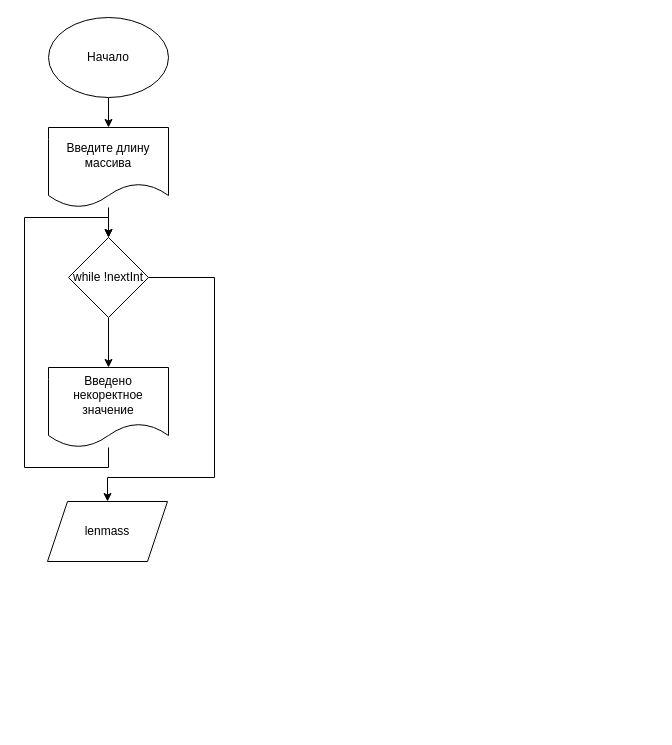
Before: Задание3.drawio in 00Unreal00/projectforprogramming, a draw.io diagram. Source tidied: cells renumbered, new cells numbered last; positions are measured from the earlier drawing's top-left corner, leaving out a move shared by most shapes. Both pictures are drawn from the tidied source at 100%, with x=0, y=0 at pixel (24, 17).
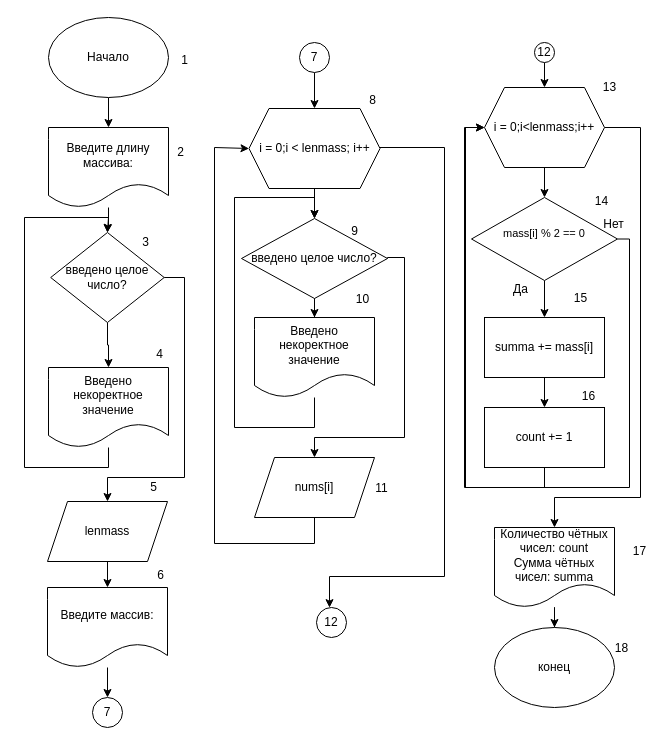
Above is the later version.

Unchanged cells that the change refers to:
```xml
<mxCell id="11" value="lenmass" style="shape=parallelogram;perimeter=parallelogramPerimeter;whiteSpace=wrap;html=1;fixedSize=1;" parent="1" vertex="1">
  <mxGeometry x="23" y="484" width="120" height="60" as="geometry" />
</mxCell>
```

Diff of the diagram source:
```diff
@@
     <mxCell id="5" style="edgeStyle=orthogonalEdgeStyle;rounded=0;jettySize=auto;html=1;" parent="1" edge="1" source="6" target="11">
       <mxGeometry relative="1" as="geometry">
         <Array as="points">
-          <mxPoint x="190" y="260" />
-          <mxPoint x="190" y="460" />
+          <mxPoint x="160" y="260" />
+          <mxPoint x="160" y="460" />
           <mxPoint x="83" y="460" />
         </Array>
       </mxGeometry>
     </mxCell>
-    <mxCell id="6" value="while !nextInt" style="rhombus;whiteSpace=wrap;html=1;" parent="1" vertex="1">
-      <mxGeometry x="44" y="220" width="80" height="80" as="geometry" />
+    <mxCell id="6" value="введено целое число?" style="rhombus;whiteSpace=wrap;html=1;" parent="1" vertex="1">
+      <mxGeometry x="26.2" y="215" width="113.5" height="90" as="geometry" />
     </mxCell>
@@
-    <mxCell id="10" value="Введите длину массива" style="shape=document;whiteSpace=wrap;html=1;boundedLbl=1;" parent="1" vertex="1">
+    <mxCell id="10" value="Введите длину массива:" style="shape=document;whiteSpace=wrap;html=1;boundedLbl=1;" parent="1" vertex="1">
       <mxGeometry x="24" y="110" width="120" height="80" as="geometry" />
     </mxCell>
+    <mxCell id="12" style="edgeStyle=orthogonalEdgeStyle;rounded=0;jettySize=auto;html=1;" parent="1" edge="1" source="11" target="15">
+      <mxGeometry relative="1" as="geometry" />
+    </mxCell>
@@
+    <mxCell id="13" value="nums[i]" style="shape=parallelogram;perimeter=parallelogramPerimeter;whiteSpace=wrap;html=1;fixedSize=1;" parent="1" vertex="1">
+      <mxGeometry x="230" y="440" width="120" height="60" as="geometry" />
+    </mxCell>
+    <mxCell id="14" style="edgeStyle=orthogonalEdgeStyle;rounded=0;jettySize=auto;html=1;" parent="1" edge="1" source="15" target="29">
+      <mxGeometry relative="1" as="geometry" />
+    </mxCell>
+    <mxCell id="15" value="Введите массив:" style="shape=document;whiteSpace=wrap;html=1;boundedLbl=1;" parent="1" vertex="1">
+      <mxGeometry x="23" y="570" width="120" height="80" as="geometry" />
+    </mxCell>
+    <mxCell id="16" style="edgeStyle=orthogonalEdgeStyle;rounded=0;jettySize=auto;html=1;" parent="1" edge="1" source="18" target="21">
+      <mxGeometry relative="1" as="geometry" />
+    </mxCell>
+    <mxCell id="17" style="edgeStyle=orthogonalEdgeStyle;rounded=0;jettySize=auto;html=1;" parent="1" edge="1" source="18" target="27">
+      <mxGeometry relative="1" as="geometry">
+        <Array as="points">
+          <mxPoint x="616" y="110" />
+          <mxPoint x="616" y="480" />
+          <mxPoint x="530" y="480" />
+        </Array>
+      </mxGeometry>
+    </mxCell>
+    <mxCell id="18" value="i = 0;i&amp;lt;lenmass;i++" style="shape=hexagon;perimeter=hexagonPerimeter2;whiteSpace=wrap;html=1;fixedSize=1;" parent="1" vertex="1">
+      <mxGeometry x="460" y="70" width="120" height="80" as="geometry" />
+    </mxCell>
+    <mxCell id="19" style="edgeStyle=orthogonalEdgeStyle;rounded=0;jettySize=auto;html=1;" parent="1" edge="1" source="21" target="23">
+      <mxGeometry relative="1" as="geometry" />
+    </mxCell>
+    <mxCell id="20" style="edgeStyle=orthogonalEdgeStyle;rounded=0;jettySize=auto;html=1;entryX=0;entryY=0.5;entryDx=0;entryDy=0;" parent="1" edge="1" source="21" target="18">
+      <mxGeometry relative="1" as="geometry">
+        <Array as="points">
+          <mxPoint x="605" y="222" />
+          <mxPoint x="605" y="470" />
+          <mxPoint x="441" y="470" />
+          <mxPoint x="441" y="110" />
+        </Array>
+      </mxGeometry>
+    </mxCell>
+    <mxCell id="21" value="&lt;font style=&quot;font-size: 11px;&quot;&gt;mass[i] % 2 == 0&lt;/font&gt;&lt;div style=&quot;font-size: 11px;&quot;&gt;&lt;br&gt;&lt;/div&gt;" style="rhombus;whiteSpace=wrap;html=1;" parent="1" vertex="1">
+      <mxGeometry x="447" y="180" width="146" height="83" as="geometry" />
+    </mxCell>
+    <mxCell id="22" style="edgeStyle=orthogonalEdgeStyle;rounded=0;jettySize=auto;html=1;" parent="1" edge="1" source="23" target="25">
+      <mxGeometry relative="1" as="geometry" />
+    </mxCell>
+    <mxCell id="23" value="summa += mass[i]" style="rounded=0;whiteSpace=wrap;html=1;" parent="1" vertex="1">
+      <mxGeometry x="460" y="300" width="120" height="60" as="geometry" />
+    </mxCell>
+    <mxCell id="24" style="edgeStyle=orthogonalEdgeStyle;rounded=0;jettySize=auto;html=1;entryX=0;entryY=0.5;entryDx=0;entryDy=0;" parent="1" edge="1" source="25" target="18">
+      <mxGeometry relative="1" as="geometry">
+        <Array as="points">
+          <mxPoint x="520" y="470" />
+          <mxPoint x="440" y="470" />
+          <mxPoint x="440" y="110" />
+        </Array>
+      </mxGeometry>
+    </mxCell>
+    <mxCell id="25" value="count += 1" style="rounded=0;whiteSpace=wrap;html=1;" parent="1" vertex="1">
+      <mxGeometry x="460" y="390" width="120" height="60" as="geometry" />
+    </mxCell>
+    <mxCell id="26" style="edgeStyle=orthogonalEdgeStyle;rounded=0;jettySize=auto;html=1;" parent="1" edge="1" source="27" target="28">
+      <mxGeometry relative="1" as="geometry" />
+    </mxCell>
+    <mxCell id="27" value="&lt;div&gt;Количество чётных чисел: count&lt;/div&gt;&lt;div&gt;Сумма чётных чисел: summa&lt;/div&gt;" style="shape=document;whiteSpace=wrap;html=1;boundedLbl=1;" parent="1" vertex="1">
+      <mxGeometry x="470" y="510" width="120" height="80" as="geometry" />
+    </mxCell>
+    <mxCell id="28" value="конец" style="ellipse;whiteSpace=wrap;html=1;" parent="1" vertex="1">
+      <mxGeometry x="470" y="610" width="120" height="80" as="geometry" />
+    </mxCell>
+    <mxCell id="29" value="7" style="ellipse;whiteSpace=wrap;html=1;" parent="1" vertex="1">
+      <mxGeometry x="68" y="680" width="30" height="30" as="geometry" />
+    </mxCell>
+    <mxCell id="30" style="edgeStyle=orthogonalEdgeStyle;rounded=0;jettySize=auto;html=1;" parent="1" edge="1" source="31" target="34">
+      <mxGeometry relative="1" as="geometry" />
+    </mxCell>
+    <mxCell id="31" value="7" style="ellipse;whiteSpace=wrap;html=1;" parent="1" vertex="1">
+      <mxGeometry x="275" y="25" width="30" height="30" as="geometry" />
+    </mxCell>
+    <mxCell id="32" style="edgeStyle=orthogonalEdgeStyle;rounded=0;jettySize=auto;html=1;" parent="1" edge="1" source="34" target="37">
+      <mxGeometry relative="1" as="geometry" />
+    </mxCell>
+    <mxCell id="33" style="edgeStyle=orthogonalEdgeStyle;rounded=0;jettySize=auto;html=1;" parent="1" edge="1" source="34" target="41">
+      <mxGeometry relative="1" as="geometry">
+        <Array as="points">
+          <mxPoint x="420" y="130" />
+          <mxPoint x="420" y="559" />
+          <mxPoint x="305" y="559" />
+        </Array>
+      </mxGeometry>
+    </mxCell>
+    <mxCell id="34" value="i = 0;i &amp;lt; lenmass; i++" style="shape=hexagon;perimeter=hexagonPerimeter2;whiteSpace=wrap;html=1;fixedSize=1;" parent="1" vertex="1">
+      <mxGeometry x="224.5" y="91" width="131" height="80" as="geometry" />
+    </mxCell>
+    <mxCell id="35" style="edgeStyle=orthogonalEdgeStyle;rounded=0;jettySize=auto;html=1;" parent="1" edge="1" source="37" target="39">
+      <mxGeometry relative="1" as="geometry" />
+    </mxCell>
+    <mxCell id="36" style="edgeStyle=orthogonalEdgeStyle;rounded=0;jettySize=auto;html=1;exitX=1;exitY=0.5;exitDx=0;exitDy=0;" parent="1" edge="1" source="37" target="13">
+      <mxGeometry relative="1" as="geometry">
+        <Array as="points">
+          <mxPoint x="380" y="240" />
+          <mxPoint x="380" y="420" />
+          <mxPoint x="290" y="420" />
+        </Array>
+      </mxGeometry>
+    </mxCell>
+    <mxCell id="37" value="введено целое число?" style="rhombus;whiteSpace=wrap;html=1;" parent="1" vertex="1">
+      <mxGeometry x="217" y="201" width="146" height="80" as="geometry" />
+    </mxCell>
+    <mxCell id="38" style="edgeStyle=orthogonalEdgeStyle;rounded=0;jettySize=auto;html=1;entryX=0.5;entryY=0;entryDx=0;entryDy=0;" parent="1" edge="1" source="39" target="37">
+      <mxGeometry relative="1" as="geometry">
+        <Array as="points">
+          <mxPoint x="290" y="410" />
+          <mxPoint x="210" y="410" />
+          <mxPoint x="210" y="180" />
+          <mxPoint x="290" y="180" />
+        </Array>
+      </mxGeometry>
+    </mxCell>
+    <mxCell id="39" value="Введено некоректное значение" style="shape=document;whiteSpace=wrap;html=1;boundedLbl=1;" parent="1" vertex="1">
+      <mxGeometry x="230" y="300" width="120" height="80" as="geometry" />
+    </mxCell>
+    <mxCell id="40" style="edgeStyle=orthogonalEdgeStyle;rounded=0;jettySize=auto;html=1;entryX=0;entryY=0.5;entryDx=0;entryDy=0;exitX=0.5;exitY=1;exitDx=0;exitDy=0;" parent="1" edge="1" source="13" target="34">
+      <mxGeometry relative="1" as="geometry">
+        <Array as="points">
+          <mxPoint x="290" y="526" />
+          <mxPoint x="190" y="526" />
+          <mxPoint x="190" y="130" />
+        </Array>
+      </mxGeometry>
+    </mxCell>
+    <mxCell id="41" value="12" style="ellipse;whiteSpace=wrap;html=1;" parent="1" vertex="1">
+      <mxGeometry x="292" y="590" width="30" height="30" as="geometry" />
+    </mxCell>
+    <mxCell id="42" style="edgeStyle=orthogonalEdgeStyle;rounded=0;jettySize=auto;html=1;" parent="1" edge="1" source="43" target="18">
+      <mxGeometry relative="1" as="geometry" />
+    </mxCell>
+    <mxCell id="43" value="12" style="ellipse;whiteSpace=wrap;html=1;" parent="1" vertex="1">
+      <mxGeometry x="510" y="25" width="20" height="20" as="geometry" />
+    </mxCell>
+    <mxCell id="44" value="1" style="text;html=1;align=center;verticalAlign=middle;strokeColor=none;fillColor=none;" parent="1" vertex="1">
+      <mxGeometry x="147" y="30" width="25" height="26" as="geometry" />
+    </mxCell>
+    <mxCell id="45" value="2" style="text;html=1;align=center;verticalAlign=middle;strokeColor=none;fillColor=none;" parent="1" vertex="1">
+      <mxGeometry x="143" y="122" width="25" height="26" as="geometry" />
+    </mxCell>
+    <mxCell id="46" value="3" style="text;html=1;align=center;verticalAlign=middle;strokeColor=none;fillColor=none;" parent="1" vertex="1">
+      <mxGeometry x="108" y="212" width="25" height="26" as="geometry" />
+    </mxCell>
+    <mxCell id="47" value="4" style="text;html=1;align=center;verticalAlign=middle;strokeColor=none;fillColor=none;" parent="1" vertex="1">
+      <mxGeometry x="122" y="324" width="25" height="26" as="geometry" />
+    </mxCell>
+    <mxCell id="48" value="5" style="text;html=1;align=center;verticalAlign=middle;strokeColor=none;fillColor=none;" parent="1" vertex="1">
+      <mxGeometry x="116" y="457" width="25" height="26" as="geometry" />
+    </mxCell>
+    <mxCell id="49" value="6" style="text;html=1;align=center;verticalAlign=middle;strokeColor=none;fillColor=none;" parent="1" vertex="1">
+      <mxGeometry x="123" y="545" width="25" height="26" as="geometry" />
+    </mxCell>
+    <mxCell id="50" value="8" style="text;html=1;align=center;verticalAlign=middle;strokeColor=none;fillColor=none;" parent="1" vertex="1">
+      <mxGeometry x="335" y="70" width="25" height="26" as="geometry" />
+    </mxCell>
+    <mxCell id="51" value="9" style="text;html=1;align=center;verticalAlign=middle;strokeColor=none;fillColor=none;" parent="1" vertex="1">
+      <mxGeometry x="317" y="201" width="25" height="26" as="geometry" />
+    </mxCell>
+    <mxCell id="52" value="10" style="text;html=1;align=center;verticalAlign=middle;strokeColor=none;fillColor=none;" parent="1" vertex="1">
+      <mxGeometry x="322" y="269" width="31" height="26" as="geometry" />
+    </mxCell>
+    <mxCell id="53" value="11" style="text;html=1;align=center;verticalAlign=middle;strokeColor=none;fillColor=none;" parent="1" vertex="1">
+      <mxGeometry x="342" y="458" width="30" height="26" as="geometry" />
+    </mxCell>
+    <mxCell id="54" value="13" style="text;html=1;align=center;verticalAlign=middle;strokeColor=none;fillColor=none;" parent="1" vertex="1">
+      <mxGeometry x="569" y="57" width="31" height="26" as="geometry" />
+    </mxCell>
+    <mxCell id="55" value="14" style="text;html=1;align=center;verticalAlign=middle;strokeColor=none;fillColor=none;" parent="1" vertex="1">
+      <mxGeometry x="561" y="171" width="31" height="26" as="geometry" />
+    </mxCell>
+    <mxCell id="56" value="15" style="text;html=1;align=center;verticalAlign=middle;strokeColor=none;fillColor=none;" parent="1" vertex="1">
+      <mxGeometry x="540" y="268" width="31" height="26" as="geometry" />
+    </mxCell>
+    <mxCell id="57" value="16" style="text;html=1;align=center;verticalAlign=middle;strokeColor=none;fillColor=none;" parent="1" vertex="1">
+      <mxGeometry x="548" y="366" width="31" height="26" as="geometry" />
+    </mxCell>
+    <mxCell id="58" value="17" style="text;html=1;align=center;verticalAlign=middle;strokeColor=none;fillColor=none;" parent="1" vertex="1">
+      <mxGeometry x="599" y="521" width="31" height="26" as="geometry" />
+    </mxCell>
+    <mxCell id="59" value="18" style="text;html=1;align=center;verticalAlign=middle;strokeColor=none;fillColor=none;" parent="1" vertex="1">
+      <mxGeometry x="581" y="618" width="31" height="26" as="geometry" />
+    </mxCell>
+    <mxCell id="60" value="Да" style="text;html=1;align=center;verticalAlign=middle;strokeColor=none;fillColor=none;" parent="1" vertex="1">
+      <mxGeometry x="479" y="259" width="33" height="26" as="geometry" />
+    </mxCell>
+    <mxCell id="61" value="Нет" style="text;html=1;align=center;verticalAlign=middle;strokeColor=none;fillColor=none;" parent="1" vertex="1">
+      <mxGeometry x="570" y="194" width="38" height="26" as="geometry" />
+    </mxCell>
```
